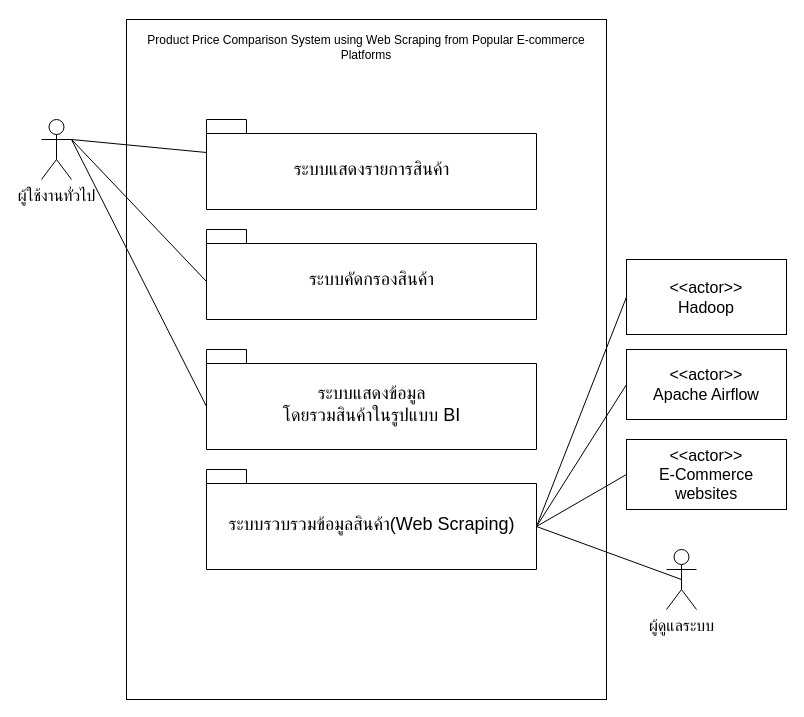
newzyz/Share keeps this draw.io diagram as Untitled Diagram.drawio. Above is the earlier version. Source tidied: cells renumbered, new cells numbered last; positions are measured from the earlier drawing's top-left corner, leaving out a move shared by most shapes. Both pictures are drawn from the tidied source at 100%, with x=0, y=0 at pixel (41, 19).
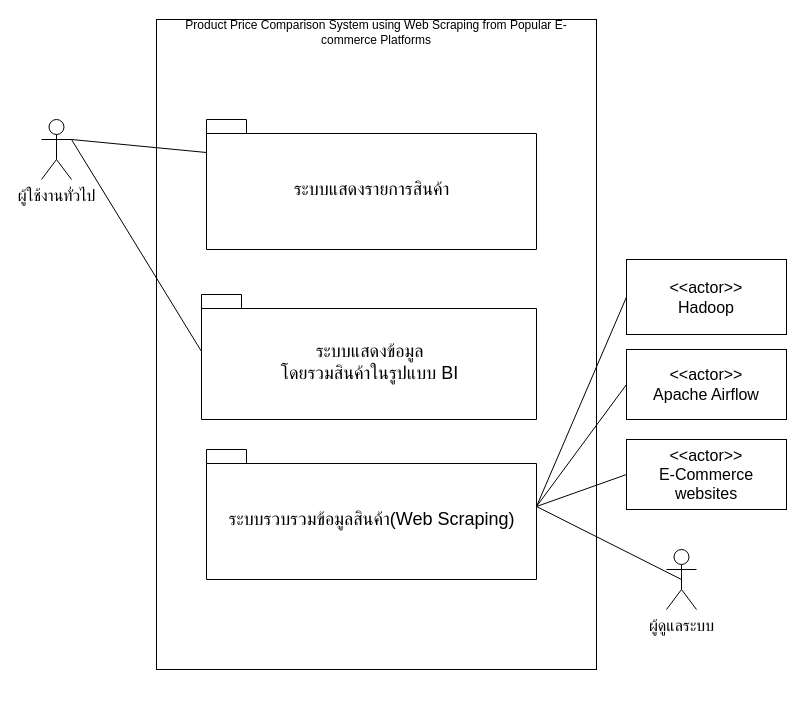
Above is the later version.

What changed in the source:
```diff
@@
 <mxGraphModel>
   <root>
     <mxCell id="0" />
     <mxCell id="1" parent="0" />
     <mxCell id="2" value="&lt;span style=&quot;line-height: 107% ; font-family: &amp;#34;calibri&amp;#34; , sans-serif&quot;&gt;&lt;font style=&quot;font-size: 12px&quot;&gt;Product Price Comparison System using Web Scraping from Popular E-commerce Platforms&lt;/font&gt;&lt;/span&gt;" style="rounded=0;whiteSpace=wrap;html=1;spacingTop=-125;spacing=5;spacingBottom=500;" parent="1" vertex="1">
-      <mxGeometry x="85" width="480" height="680" as="geometry" />
+      <mxGeometry x="115" width="440" height="650" as="geometry" />
     </mxCell>
     <mxCell id="3" value="&lt;font style=&quot;font-size: 16px&quot;&gt;ผู้ใช้งานทั่วไป&lt;/font&gt;" style="shape=umlActor;verticalLabelPosition=bottom;verticalAlign=top;html=1;outlineConnect=0;hachureGap=4;" parent="1" vertex="1">
       <mxGeometry y="100" width="30" height="60" as="geometry" />
     </mxCell>
     <mxCell id="4" value="&lt;font style=&quot;font-size: 18px ; font-weight: normal&quot;&gt;ระบบแสดงรายการสินค้า&lt;/font&gt;" style="shape=folder;fontStyle=1;spacingTop=10;tabWidth=40;tabHeight=14;tabPosition=left;html=1;hachureGap=4;" parent="1" vertex="1">
-      <mxGeometry x="165" y="100" width="330" height="90" as="geometry" />
+      <mxGeometry x="165" y="100" width="330" height="130" as="geometry" />
     </mxCell>
     <mxCell id="5" style="endArrow=none;html=1;startSize=14;endSize=14;sourcePerimeterSpacing=8;targetPerimeterSpacing=8;entryX=0;entryY=0;entryDx=0;entryDy=33;entryPerimeter=0;exitX=1;exitY=0.3333333333333333;exitDx=0;exitDy=0;exitPerimeter=0;" parent="1" edge="1" source="3" target="4">
       <mxGeometry relative="1" as="geometry" />
     </mxCell>
-    <mxCell id="6" value="&lt;font style=&quot;font-size: 18px ; font-weight: normal&quot;&gt;ระบบคัดกรองสินค้า&lt;/font&gt;" style="shape=folder;fontStyle=1;spacingTop=10;tabWidth=40;tabHeight=14;tabPosition=left;html=1;hachureGap=4;" parent="1" vertex="1">
-      <mxGeometry x="165" y="210" width="330" height="90" as="geometry" />
-    </mxCell>
     <mxCell id="7" value="&lt;font style=&quot;font-size: 18px ; font-weight: normal&quot;&gt;ระบบแสดงข้อมูล&lt;br&gt;โดยรวมสินค้าในรูปแบบ BI&lt;/font&gt;" style="shape=folder;fontStyle=1;spacingTop=10;tabWidth=40;tabHeight=14;tabPosition=left;html=1;hachureGap=4;" parent="1" vertex="1">
-      <mxGeometry x="165" y="330" width="330" height="100" as="geometry" />
+      <mxGeometry x="160" y="275" width="335" height="125" as="geometry" />
     </mxCell>
-    <mxCell id="8" style="endArrow=none;html=1;startSize=14;endSize=14;sourcePerimeterSpacing=8;targetPerimeterSpacing=8;entryX=1;entryY=0.3333333333333333;entryDx=0;entryDy=0;entryPerimeter=0;exitX=0;exitY=0;exitDx=0;exitDy=52;exitPerimeter=0;" parent="1" edge="1" source="6" target="3">
-      <mxGeometry relative="1" as="geometry" />
-    </mxCell>
     <mxCell id="9" style="endArrow=none;html=1;startSize=14;endSize=14;sourcePerimeterSpacing=8;targetPerimeterSpacing=8;entryX=1;entryY=0.3333333333333333;entryDx=0;entryDy=0;entryPerimeter=0;exitX=0;exitY=0;exitDx=0;exitDy=57;exitPerimeter=0;" parent="1" edge="1" source="7" target="3">
       <mxGeometry relative="1" as="geometry" />
     </mxCell>
     <mxCell id="10" value="&lt;font style=&quot;font-size: 18px ; font-weight: normal&quot;&gt;ระบบรวบรวมข้อมูลสินค้า(Web Scraping)&lt;/font&gt;" style="shape=folder;fontStyle=1;spacingTop=10;tabWidth=40;tabHeight=14;tabPosition=left;html=1;hachureGap=4;" parent="1" vertex="1">
-      <mxGeometry x="165" y="450" width="330" height="100" as="geometry" />
+      <mxGeometry x="165" y="430" width="330" height="130" as="geometry" />
     </mxCell>
     <mxCell id="11" value="&lt;font style=&quot;font-size: 16px&quot;&gt;&amp;lt;&amp;lt;actor&amp;gt;&amp;gt;&lt;br&gt;E-Commerce websites&lt;/font&gt;" style="rounded=0;whiteSpace=wrap;html=1;hachureGap=4;" parent="1" vertex="1">
       <mxGeometry x="585" y="420" width="160" height="70" as="geometry" />
     </mxCell>
     <mxCell id="12" style="endArrow=none;html=1;entryX=0;entryY=0.5;entryDx=0;entryDy=0;exitX=0;exitY=0;exitDx=330;exitDy=57;exitPerimeter=0;" parent="1" edge="1" source="10" target="11">
       <mxGeometry relative="1" as="geometry" />
     </mxCell>
     <mxCell id="13" value="&lt;font style=&quot;font-size: 16px&quot;&gt;ผู้ดูแลระบบ&lt;/font&gt;" style="shape=umlActor;verticalLabelPosition=bottom;verticalAlign=top;html=1;outlineConnect=0;" parent="1" vertex="1">
       <mxGeometry x="625" y="530" width="30" height="60" as="geometry" />
     </mxCell>
     <mxCell id="14" style="endArrow=none;html=1;entryX=0.5;entryY=0.5;entryDx=0;entryDy=0;entryPerimeter=0;exitX=0;exitY=0;exitDx=330;exitDy=57;exitPerimeter=0;" parent="1" edge="1" source="10" target="13">
       <mxGeometry relative="1" as="geometry" />
     </mxCell>
     <mxCell id="15" value="&lt;font style=&quot;font-size: 16px&quot;&gt;&amp;lt;&amp;lt;actor&amp;gt;&amp;gt;&lt;br&gt;Apache Airflow&lt;/font&gt;" style="rounded=0;whiteSpace=wrap;html=1;" parent="1" vertex="1">
       <mxGeometry x="585" y="330" width="160" height="70" as="geometry" />
     </mxCell>
     <mxCell id="16" style="endArrow=none;html=1;rounded=0;fontSize=16;entryX=0;entryY=0.5;entryDx=0;entryDy=0;exitX=0;exitY=0;exitDx=330;exitDy=57;exitPerimeter=0;" parent="1" edge="1" source="10" target="15">
       <mxGeometry relative="1" as="geometry" />
     </mxCell>
     <mxCell id="17" value="&amp;lt;&amp;lt;actor&amp;gt;&amp;gt;&lt;br&gt;Hadoop" style="rounded=0;whiteSpace=wrap;html=1;fontSize=16;" parent="1" vertex="1">
       <mxGeometry x="585" y="240" width="160" height="75" as="geometry" />
     </mxCell>
     <mxCell id="18" style="endArrow=none;html=1;rounded=0;fontSize=16;entryX=0;entryY=0.5;entryDx=0;entryDy=0;exitX=0;exitY=0;exitDx=330;exitDy=57;exitPerimeter=0;" parent="1" edge="1" source="10" target="17">
       <mxGeometry relative="1" as="geometry" />
     </mxCell>
   </root>
 </mxGraphModel>
```
